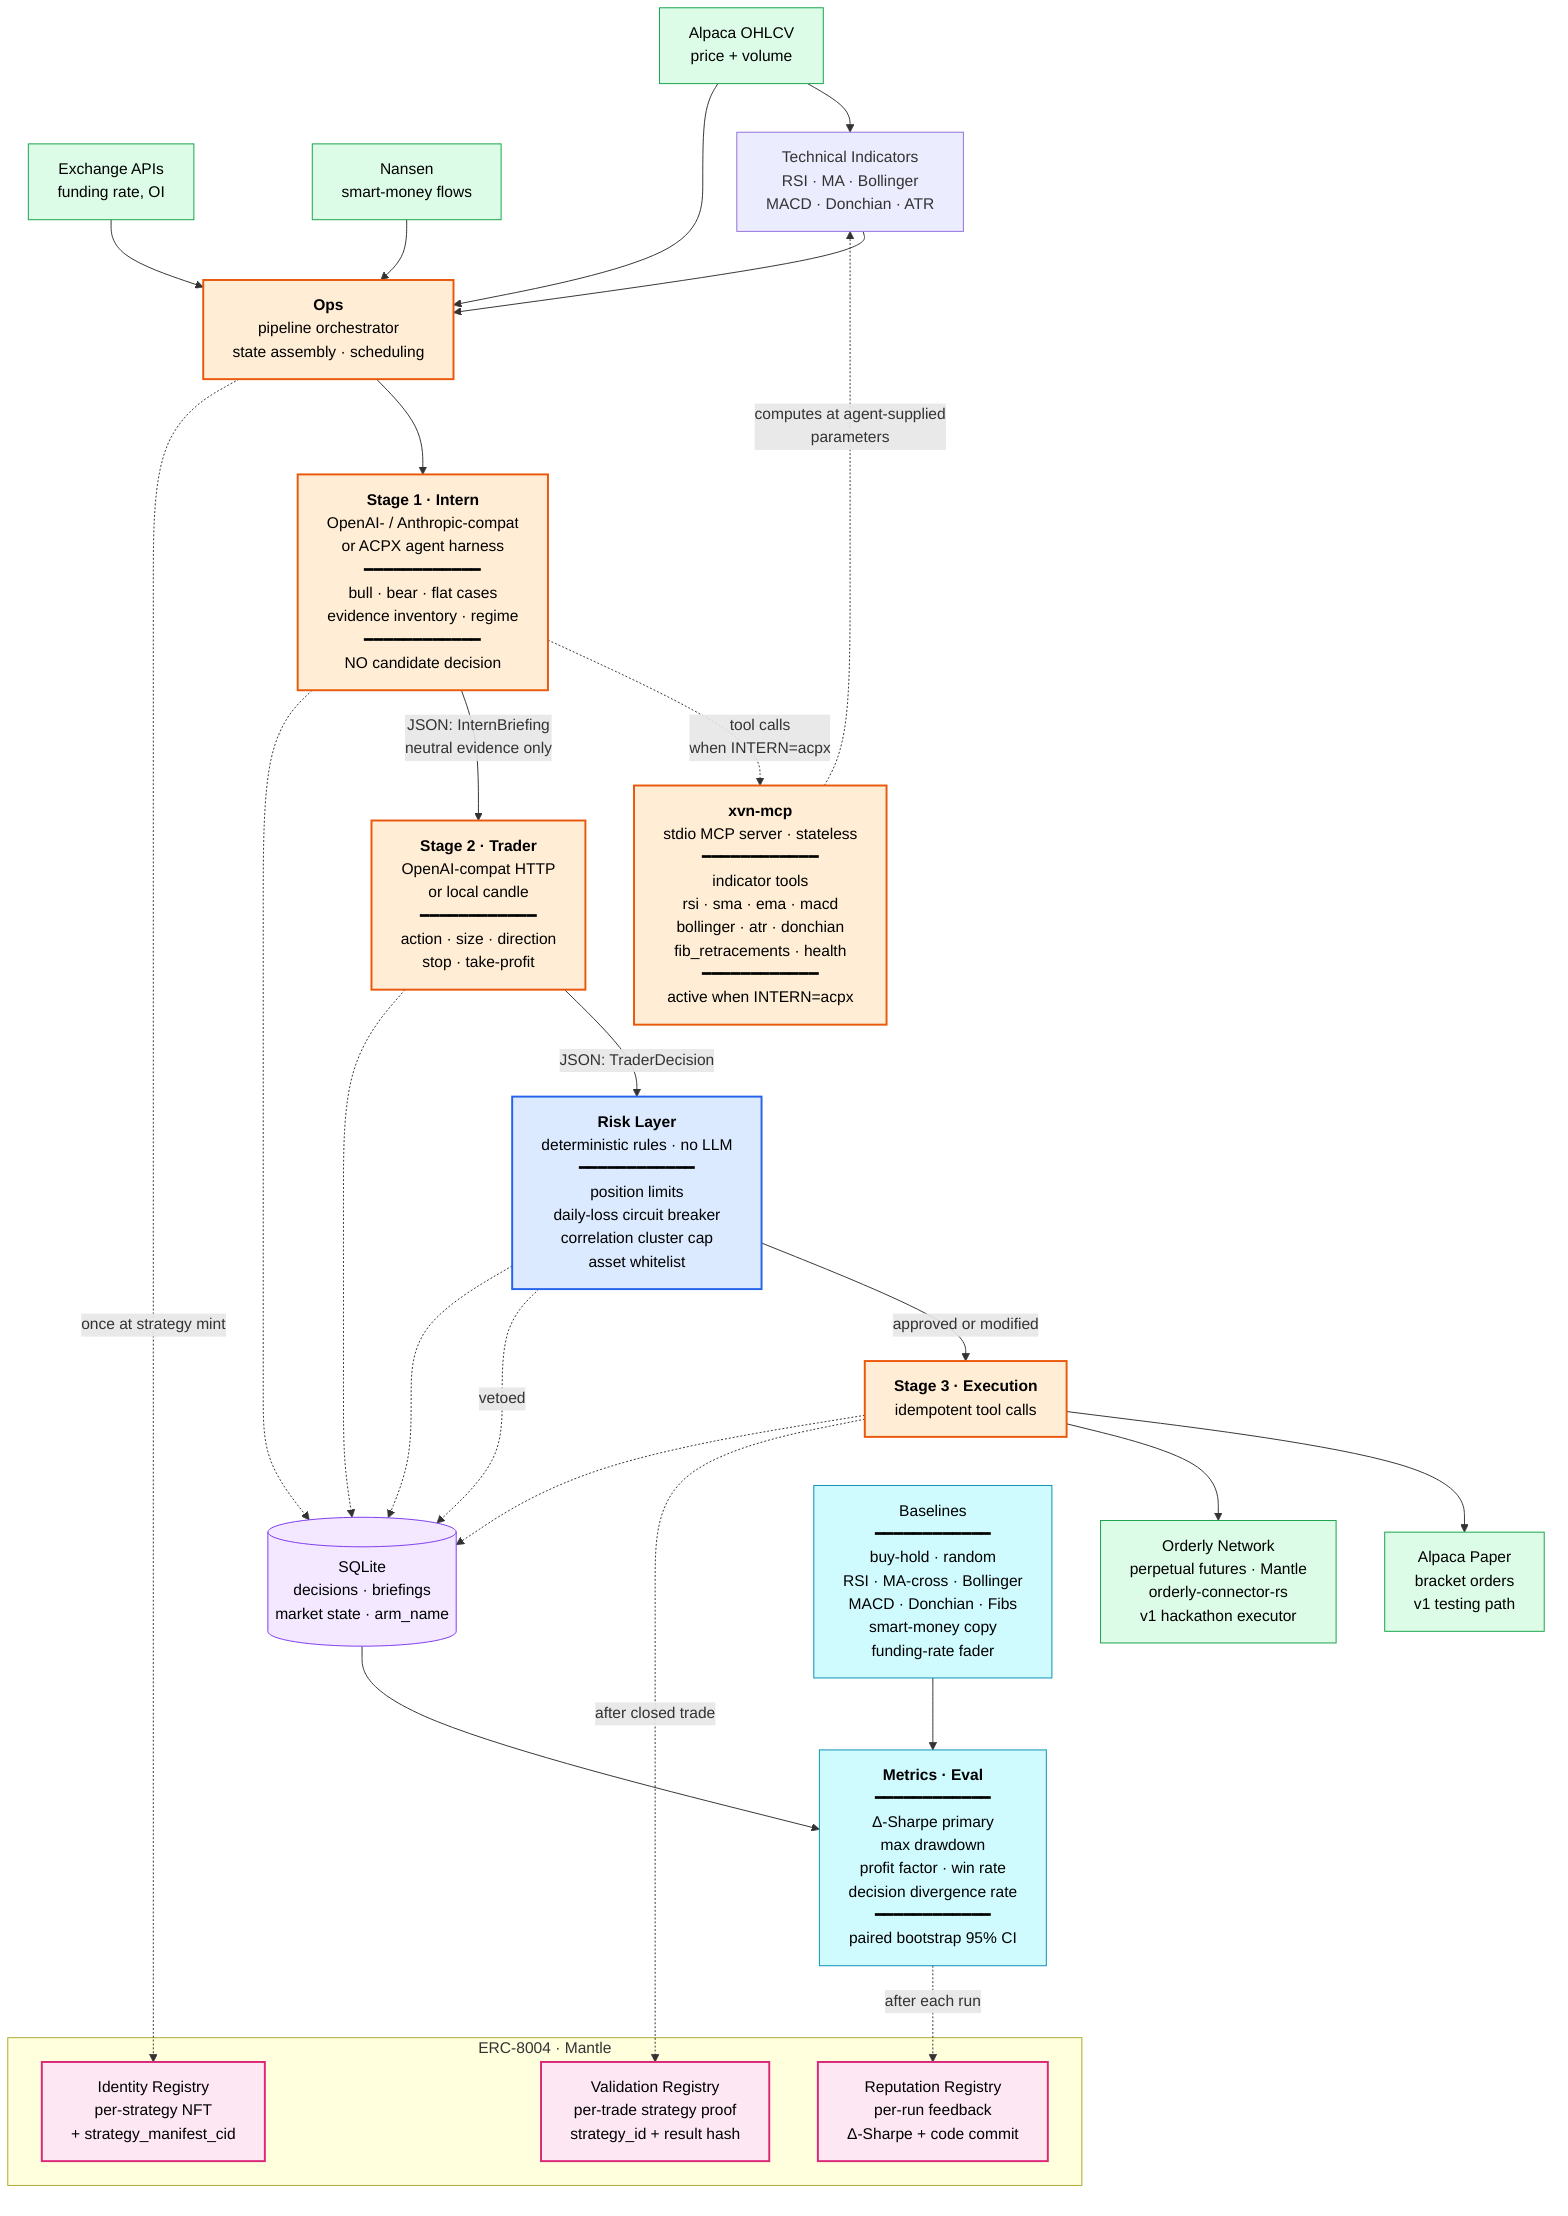
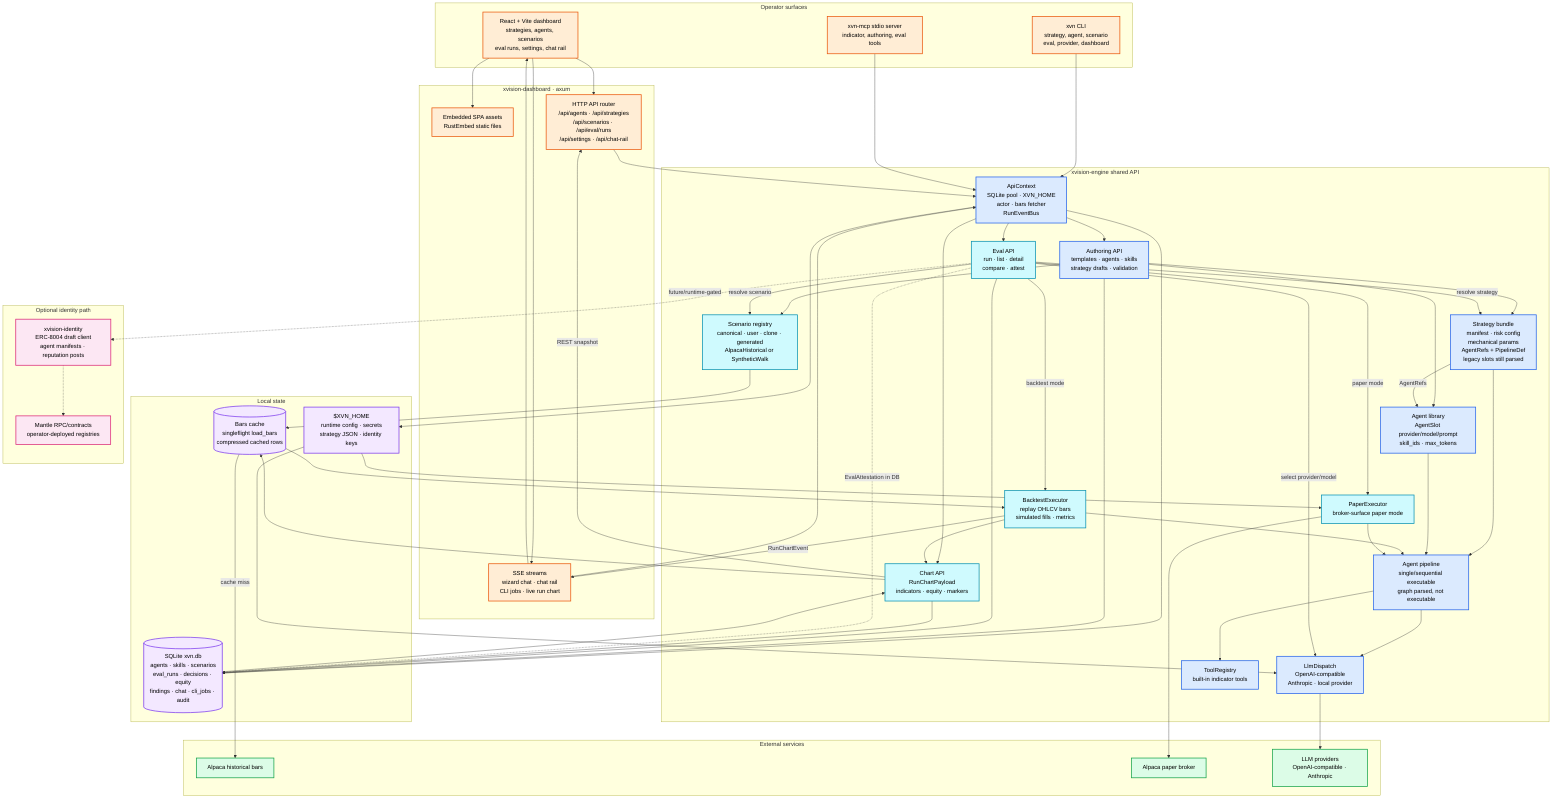
- %% XIANVEC system architecture
- %% Vertical flow: data sources at top, execution + on-chain proofs + metrics at bottom.
- %% Blue = deterministic. Purple = storage. Green = external.
- %% Orange = orchestrator + tool surface + LLM stages. Pink = on-chain (ERC-8004 on Mantle). Cyan = eval.
- %% Red dashed reserved for future v2-deferred nodes.
+ %% Xvision system architecture
+ %% Current code shape: operator surfaces call the shared xvision-engine API.
+ %% Blue = deterministic/runtime code. Purple = storage. Green = external.
+ %% Orange = operator/API surfaces. Pink = optional on-chain identity.
+ %% Cyan = eval/charting.

flowchart TD
-     %% ─────── Data sources ───────
-     A1[Alpaca OHLCV<br/>price + volume]
-     A2[Exchange APIs<br/>funding rate, OI]
-     A3[Nansen<br/>smart-money flows]
- 
-     IND[Technical Indicators<br/>RSI · MA · Bollinger<br/>MACD · Donchian · ATR]
- 
-     %% ─────── Orchestrator ───────
-     HA[<b>Ops</b><br/>pipeline orchestrator<br/>state assembly · scheduling]
- 
-     %% ─────── Stage 1 · Intern + MCP tool surface ───────
-     S1[<b>Stage 1 · Intern</b><br/>OpenAI- / Anthropic-compat<br/>or ACPX agent harness<br/>━━━━━━━━━━━━<br/>bull · bear · flat cases<br/>evidence inventory · regime<br/>━━━━━━━━━━━━<br/>NO candidate decision]
- 
-     MCP[<b>xvn-mcp</b><br/>stdio MCP server · stateless<br/>━━━━━━━━━━━━<br/>indicator tools<br/>rsi · sma · ema · macd<br/>bollinger · atr · donchian<br/>fib_retracements · health<br/>━━━━━━━━━━━━<br/>active when INTERN=acpx]
- 
-     %% ─────── Stage 2 · Trader ───────
-     S2[<b>Stage 2 · Trader</b><br/>OpenAI-compat HTTP<br/>or local candle<br/>━━━━━━━━━━━━<br/>action · size · direction<br/>stop · take-profit]
- 
-     %% ─────── Risk layer ───────
-     R[<b>Risk Layer</b><br/>deterministic rules · no LLM<br/>━━━━━━━━━━━━<br/>position limits<br/>daily-loss circuit breaker<br/>correlation cluster cap<br/>asset whitelist]
- 
-     %% ─────── Stage 3 · Execution ───────
-     S3[<b>Stage 3 · Execution</b><br/>idempotent tool calls]
-     AP[Alpaca Paper<br/>bracket orders<br/>v1 testing path]
-     OR[Orderly Network<br/>perpetual futures · Mantle<br/>orderly-connector-rs<br/>v1 hackathon executor]
- 
-     %% ─────── ERC-8004 on Mantle ───────
-     subgraph ERC8004 [ERC-8004 · Mantle]
-         ID[Identity Registry<br/>per-strategy NFT<br/>+ strategy_manifest_cid]
-         RP[Reputation Registry<br/>per-run feedback<br/>Δ-Sharpe + code commit]
-         VL[Validation Registry<br/>per-trade strategy proof<br/>strategy_id + result hash]
+     %% Operator surfaces
+     subgraph OPERATOR [Operator surfaces]
+         WEB[React + Vite dashboard<br/>strategies, agents, scenarios<br/>eval runs, settings, chat rail]
+         CLI[xvn CLI<br/>strategy, agent, scenario<br/>eval, provider, dashboard]
+         MCP[xvn-mcp stdio server<br/>indicator, authoring, eval tools]
    end

-     %% ─────── Storage + eval ───────
-     DB[(SQLite<br/>decisions · briefings<br/>market state · arm_name)]
+     %% Dashboard transport
+     subgraph DASH [xvision-dashboard · axum]
+         STATIC[Embedded SPA assets<br/>RustEmbed static files]
+         ROUTER[HTTP API router<br/>/api/agents · /api/strategies<br/>/api/scenarios · /api/eval/runs<br/>/api/settings · /api/chat-rail]
+         STREAM[SSE streams<br/>wizard chat · chat rail<br/>CLI jobs · live run chart]
+     end

-     M[<b>Metrics · Eval</b><br/>━━━━━━━━━━━━<br/>Δ-Sharpe primary<br/>max drawdown<br/>profit factor · win rate<br/>decision divergence rate<br/>━━━━━━━━━━━━<br/>paired bootstrap 95% CI]
+     %% Shared engine API
+     subgraph ENGINE [xvision-engine shared API]
+         CTX[ApiContext<br/>SQLite pool · XVN_HOME<br/>actor · bars fetcher<br/>RunEventBus]
+         AUTHOR[Authoring API<br/>templates · agents · skills<br/>strategy drafts · validation]
+         AGENT[Agent library<br/>AgentSlot provider/model/prompt<br/>skill_ids · max_tokens]
+         STRAT[Strategy bundle<br/>manifest · risk config<br/>mechanical params<br/>AgentRefs + PipelineDef<br/>legacy slots still parsed]
+         PIPE[Agent pipeline<br/>single/sequential executable<br/>graph parsed, not executable]
+         LLM[LlmDispatch<br/>OpenAI-compatible<br/>Anthropic · local provider]
+         TOOLS[ToolRegistry<br/>built-in indicator tools]
+         SCEN[Scenario registry<br/>canonical · user · clone · generated<br/>AlpacaHistorical or SyntheticWalk]
+         EVAL[Eval API<br/>run · list · detail<br/>compare · attest]
+         BACKTEST[BacktestExecutor<br/>replay OHLCV bars<br/>simulated fills · metrics]
+         PAPER[PaperExecutor<br/>broker-surface paper mode]
+         CHART[Chart API<br/>RunChartPayload<br/>indicators · equity · markers]
+     end

-     BL[Baselines<br/>━━━━━━━━━━━━<br/>buy-hold · random<br/>RSI · MA-cross · Bollinger<br/>MACD · Donchian · Fibs<br/>smart-money copy<br/>funding-rate fader]
+     %% Persistence and local files
+     subgraph STORE [Local state]
+         DB[(SQLite xvn.db<br/>agents · skills · scenarios<br/>eval_runs · decisions · equity<br/>findings · chat · cli_jobs · audit)]
+         HOME[$XVN_HOME<br/>runtime config · secrets<br/>strategy JSON · identity keys]
+         BARS[(Bars cache<br/>singleflight load_bars<br/>compressed cached rows)]
+     end

-     %% ─────── Edges ───────
-     A1 --> IND
-     A1 --> HA
-     A2 --> HA
-     A3 --> HA
-     IND --> HA
+     %% External integrations
+     subgraph EXT [External services]
+         ALPACA_DATA[Alpaca historical bars]
+         ALPACA_PAPER[Alpaca paper broker]
+         PROVIDERS[LLM providers<br/>OpenAI-compatible · Anthropic]
+     end

-     HA --> S1
-     S1 -.->|tool calls<br/>when INTERN=acpx| MCP
-     MCP -.->|computes at agent-supplied<br/>parameters| IND
-     S1 -->|JSON: InternBriefing<br/>neutral evidence only| S2
-     S2 -->|JSON: TraderDecision| R
+     %% Optional on-chain identity path
+     subgraph CHAIN [Optional identity path]
+         ID[xvision-identity<br/>ERC-8004 draft client<br/>agent manifests · reputation posts]
+         MANTLE[Mantle RPC/contracts<br/>operator-deployed registries]
+     end

-     R -->|approved or modified| S3
-     R -.->|vetoed| DB
+     %% Surface routing
+     WEB --> STATIC
+     WEB --> ROUTER
+     WEB --> STREAM
+     CLI --> CTX
+     MCP --> CTX
+     ROUTER --> CTX
+     STREAM --> CTX

-     S3 --> AP
-     S3 --> OR
-     S3 -.->|after closed trade| VL
+     %% Engine composition
+     CTX --> AUTHOR
+     CTX --> EVAL
+     CTX --> CHART
+     AUTHOR --> AGENT
+     AUTHOR --> STRAT
+     AUTHOR --> SCEN
+     STRAT -->|AgentRefs| AGENT
+     STRAT --> PIPE
+     AGENT --> PIPE
+     PIPE --> LLM
+     PIPE --> TOOLS

-     HA -.->|once at strategy mint| ID
-     M -.->|after each run| RP
+     %% Eval execution
+     EVAL -->|resolve strategy| STRAT
+     EVAL -->|resolve scenario| SCEN
+     EVAL -->|select provider/model| LLM
+     EVAL -->|backtest mode| BACKTEST
+     EVAL -->|paper mode| PAPER
+     SCEN --> BARS
+     BARS --> BACKTEST
+     BACKTEST --> PIPE
+     PAPER --> PIPE
+     BACKTEST --> CHART

-     S1 -.-> DB
-     S2 -.-> DB
-     R -.-> DB
-     S3 -.-> DB
+     %% Persistence
+     CTX --> DB
+     AUTHOR --> DB
+     EVAL --> DB
+     CHART --> DB
+     CHART --> BARS
+     DB --> CHART
+     CTX --> HOME
+     HOME --> LLM
+     HOME --> PAPER

-     DB --> M
-     BL --> M
+     %% External calls
+     BARS -->|cache miss| ALPACA_DATA
+     PAPER --> ALPACA_PAPER
+     LLM --> PROVIDERS

-     %% ─────── Styling ───────
+     %% Live updates
+     BACKTEST -->|RunChartEvent| STREAM
+     STREAM --> WEB
+     CHART -->|REST snapshot| ROUTER
+ 
+     %% Optional attestations / on-chain identity
+     EVAL -.->|EvalAttestation in DB| DB
+     EVAL -.->|future/runtime-gated| ID
+     ID -.-> MANTLE
+ 
+     %% Styling
    classDef deterministic fill:#dbeafe,stroke:#2563eb,stroke-width:2px,color:#000
-     classDef storage fill:#f3e8ff,stroke:#7c3aed,color:#000
-     classDef external fill:#dcfce7,stroke:#16a34a,color:#000
-     classDef orchestrator fill:#ffedd5,stroke:#ea580c,stroke-width:2px,color:#000
-     classDef eval fill:#cffafe,stroke:#0891b2,color:#000
+     classDef storage fill:#f3e8ff,stroke:#7c3aed,stroke-width:2px,color:#000
+     classDef external fill:#dcfce7,stroke:#16a34a,stroke-width:2px,color:#000
+     classDef surface fill:#ffedd5,stroke:#ea580c,stroke-width:2px,color:#000
+     classDef eval fill:#cffafe,stroke:#0891b2,stroke-width:2px,color:#000
    classDef onchain fill:#fce7f3,stroke:#db2777,stroke-width:2px,color:#000

-     class R deterministic
-     class DB storage
-     class A1,A2,A3,AP,OR external
-     class HA,MCP,S1,S2,S3 orchestrator
-     class M,BL eval
-     class ID,RP,VL onchain
+     class CTX,AUTHOR,AGENT,STRAT,PIPE,LLM,TOOLS deterministic
+     class DB,HOME,BARS storage
+     class ALPACA_DATA,ALPACA_PAPER,PROVIDERS external
+     class WEB,CLI,MCP,STATIC,ROUTER,STREAM surface
+     class SCEN,EVAL,BACKTEST,PAPER,CHART eval
+     class ID,MANTLE onchain
